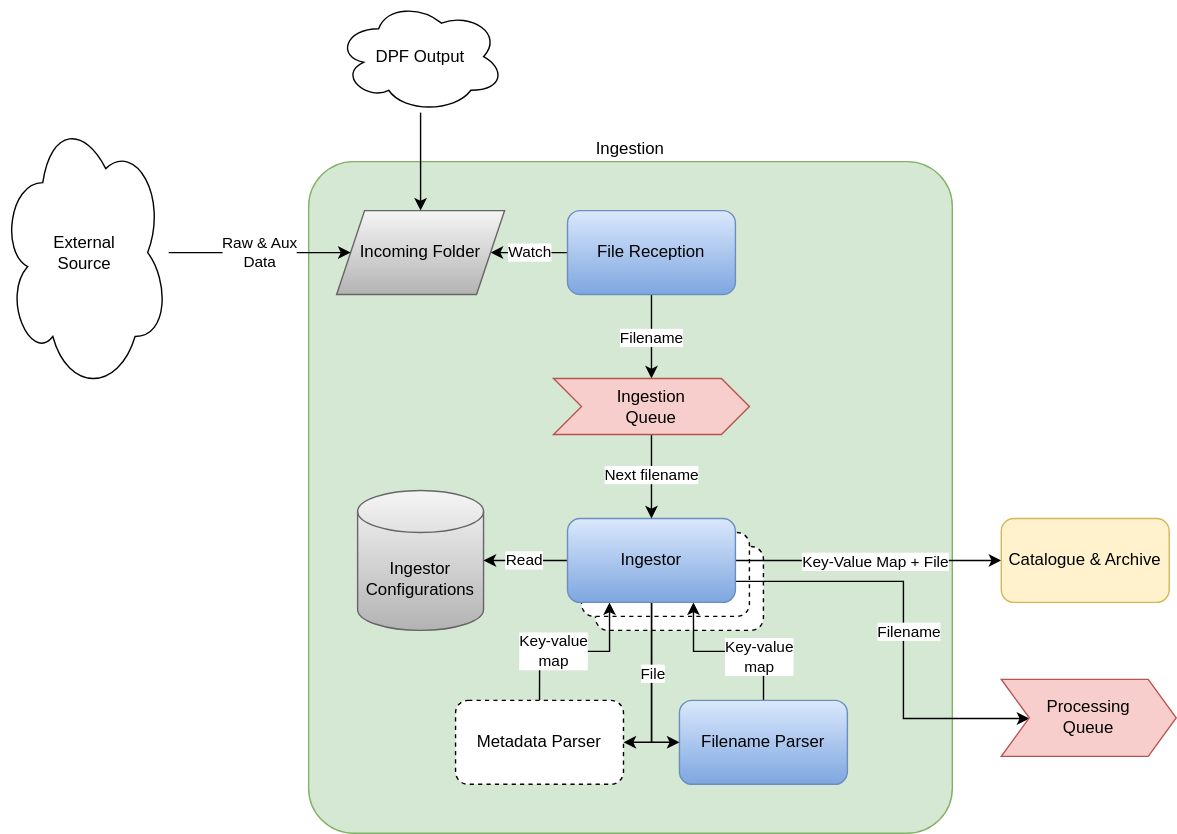
This is docs/level_1_ingestion.svg from ersandemircioglu/dpf, a draw.io export, as it was before one commit. Source tidied: cells renumbered, new cells last; positions are measured from the earlier drawing's top-left corner, leaving out a move shared by most shapes. Source of this version:
```xml
<mxGraphModel>
  <root>
    <mxCell id="0" />
    <mxCell id="1" parent="0" />
    <mxCell id="2" value="Ingestion" style="rounded=1;whiteSpace=wrap;html=1;fillColor=#d5e8d4;strokeColor=#82b366;arcSize=7;labelPosition=center;verticalLabelPosition=top;align=center;verticalAlign=bottom;" parent="1" vertex="1">
      <mxGeometry x="220" y="115" width="460" height="480" as="geometry" />
    </mxCell>
    <mxCell id="3" value="Ingestor" style="rounded=1;whiteSpace=wrap;html=1;dashed=1;" parent="1" vertex="1">
      <mxGeometry x="425" y="390" width="120" height="60" as="geometry" />
    </mxCell>
    <mxCell id="4" value="Ingestor" style="rounded=1;whiteSpace=wrap;html=1;dashed=1;" parent="1" vertex="1">
      <mxGeometry x="415" y="380" width="120" height="60" as="geometry" />
    </mxCell>
    <mxCell id="5" value="Watch" style="edgeStyle=orthogonalEdgeStyle;rounded=0;jettySize=auto;html=1;" parent="1" edge="1" source="7" target="23">
      <mxGeometry relative="1" as="geometry" />
    </mxCell>
    <mxCell id="6" value="Filename" style="edgeStyle=orthogonalEdgeStyle;rounded=0;jettySize=auto;html=1;" parent="1" edge="1" source="7" target="25">
      <mxGeometry relative="1" as="geometry" />
    </mxCell>
    <mxCell id="7" value="File Reception" style="rounded=1;whiteSpace=wrap;html=1;fillColor=#dae8fc;strokeColor=#6c8ebf;gradientColor=#7ea6e0;" parent="1" vertex="1">
      <mxGeometry x="405" y="150" width="120" height="60" as="geometry" />
    </mxCell>
    <mxCell id="8" style="edgeStyle=orthogonalEdgeStyle;rounded=0;jettySize=auto;html=1;entryX=0.75;entryY=1;entryDx=0;entryDy=0;" parent="1" edge="1" source="10" target="22">
      <mxGeometry relative="1" as="geometry" />
    </mxCell>
    <mxCell id="9" value="Key-value&lt;br&gt;map" style="edgeLabel;html=1;align=center;verticalAlign=middle;" parent="8" vertex="1">
      <mxGeometry x="-0.35" y="3" relative="1" as="geometry" />
    </mxCell>
    <mxCell id="10" value="Filename Parser" style="rounded=1;whiteSpace=wrap;html=1;fillColor=#dae8fc;strokeColor=#6c8ebf;gradientColor=#7ea6e0;" parent="1" vertex="1">
      <mxGeometry x="485" y="500" width="120" height="60" as="geometry" />
    </mxCell>
    <mxCell id="11" value="Ingestor Configurations" style="shape=cylinder3;whiteSpace=wrap;html=1;boundedLbl=1;backgroundOutline=1;size=15;fillColor=#f5f5f5;strokeColor=#666666;gradientColor=#b3b3b3;" parent="1" vertex="1">
      <mxGeometry x="255" y="350" width="90" height="100" as="geometry" />
    </mxCell>
    <mxCell id="12" value="Key-value &lt;br&gt;map" style="edgeStyle=orthogonalEdgeStyle;rounded=0;jettySize=auto;html=1;exitX=0.5;exitY=0;exitDx=0;exitDy=0;entryX=0.25;entryY=1;entryDx=0;entryDy=0;" parent="1" edge="1" source="13" target="22">
      <mxGeometry x="-0.25" relative="1" as="geometry" />
    </mxCell>
    <mxCell id="13" value="Metadata Parser" style="rounded=1;whiteSpace=wrap;html=1;dashed=1;" parent="1" vertex="1">
      <mxGeometry x="325" y="500" width="120" height="60" as="geometry" />
    </mxCell>
    <mxCell id="14" value="Read" style="edgeStyle=orthogonalEdgeStyle;rounded=0;jettySize=auto;html=1;entryX=1;entryY=0.5;entryDx=0;entryDy=0;entryPerimeter=0;" parent="1" edge="1" source="22" target="11">
      <mxGeometry relative="1" as="geometry" />
    </mxCell>
    <mxCell id="15" style="edgeStyle=orthogonalEdgeStyle;rounded=0;jettySize=auto;html=1;entryX=1;entryY=0.5;entryDx=0;entryDy=0;" parent="1" edge="1" source="22" target="13">
      <mxGeometry relative="1" as="geometry" />
    </mxCell>
    <mxCell id="16" style="edgeStyle=orthogonalEdgeStyle;rounded=0;jettySize=auto;html=1;entryX=0;entryY=0.5;entryDx=0;entryDy=0;" parent="1" edge="1" source="22" target="10">
      <mxGeometry relative="1" as="geometry" />
    </mxCell>
    <mxCell id="17" value="File" style="edgeLabel;html=1;align=center;verticalAlign=middle;" parent="16" vertex="1">
      <mxGeometry x="0.12" y="-1" relative="1" as="geometry">
        <mxPoint x="1" y="-17" as="offset" />
      </mxGeometry>
    </mxCell>
    <mxCell id="18" style="edgeStyle=orthogonalEdgeStyle;rounded=0;jettySize=auto;html=1;entryX=0;entryY=0.5;entryDx=0;entryDy=0;" parent="1" edge="1" source="22" target="26">
      <mxGeometry relative="1" as="geometry" />
    </mxCell>
    <mxCell id="19" value="Key-Value Map + File" style="edgeLabel;html=1;align=center;verticalAlign=middle;" parent="18" vertex="1">
      <mxGeometry x="-0.24" relative="1" as="geometry">
        <mxPoint x="28" as="offset" />
      </mxGeometry>
    </mxCell>
    <mxCell id="20" style="edgeStyle=orthogonalEdgeStyle;rounded=0;jettySize=auto;html=1;exitX=1;exitY=0.75;exitDx=0;exitDy=0;entryX=0;entryY=0.5;entryDx=0;entryDy=0;" parent="1" edge="1" source="22" target="27">
      <mxGeometry relative="1" as="geometry">
        <Array as="points">
          <mxPoint x="645" y="415" />
          <mxPoint x="645" y="513" />
          <mxPoint x="735" y="513" />
        </Array>
      </mxGeometry>
    </mxCell>
    <mxCell id="21" value="Filename" style="edgeLabel;html=1;align=center;verticalAlign=middle;" parent="20" vertex="1">
      <mxGeometry y="3" relative="1" as="geometry" />
    </mxCell>
    <mxCell id="22" value="Ingestor" style="rounded=1;whiteSpace=wrap;html=1;fillColor=#dae8fc;strokeColor=#6c8ebf;gradientColor=#7ea6e0;" parent="1" vertex="1">
      <mxGeometry x="405" y="370" width="120" height="60" as="geometry" />
    </mxCell>
    <mxCell id="23" value="Incoming Folder" style="shape=parallelogram;perimeter=parallelogramPerimeter;whiteSpace=wrap;html=1;fixedSize=1;fillColor=#f5f5f5;strokeColor=#666666;gradientColor=#b3b3b3;" parent="1" vertex="1">
      <mxGeometry x="240" y="150" width="120" height="60" as="geometry" />
    </mxCell>
    <mxCell id="24" value="Next filename" style="edgeStyle=orthogonalEdgeStyle;rounded=0;jettySize=auto;html=1;" parent="1" edge="1" source="25" target="22">
      <mxGeometry relative="1" as="geometry" />
    </mxCell>
    <mxCell id="25" value="Ingestion &lt;br&gt;Queue" style="shape=step;perimeter=stepPerimeter;whiteSpace=wrap;html=1;fixedSize=1;fillColor=#f8cecc;strokeColor=#b85450;" parent="1" vertex="1">
      <mxGeometry x="395" y="270" width="140" height="40" as="geometry" />
    </mxCell>
    <mxCell id="26" value="Catalogue &amp;amp; Archive" style="rounded=1;whiteSpace=wrap;html=1;fillColor=#fff2cc;strokeColor=#d6b656;" parent="1" vertex="1">
      <mxGeometry x="715" y="370" width="120" height="60" as="geometry" />
    </mxCell>
    <mxCell id="27" value="Processing &lt;br&gt;Queue" style="shape=step;perimeter=stepPerimeter;whiteSpace=wrap;html=1;fixedSize=1;fillColor=#f8cecc;strokeColor=#b85450;" parent="1" vertex="1">
      <mxGeometry x="715" y="485" width="125" height="55" as="geometry" />
    </mxCell>
    <mxCell id="28" value="Raw &amp;amp; Aux &lt;br&gt;Data" style="edgeStyle=orthogonalEdgeStyle;rounded=0;jettySize=auto;html=1;" parent="1" edge="1" source="29" target="23">
      <mxGeometry relative="1" as="geometry" />
    </mxCell>
    <mxCell id="29" value="External &lt;br&gt;Source" style="ellipse;shape=cloud;whiteSpace=wrap;html=1;strokeWidth=1;fillColor=#FFFFFF;gradientColor=none;gradientDirection=west;" parent="1" vertex="1">
      <mxGeometry y="80" width="120" height="200" as="geometry" />
    </mxCell>
    <mxCell id="30" style="edgeStyle=orthogonalEdgeStyle;rounded=0;jettySize=auto;html=1;" parent="1" edge="1" source="31" target="23">
      <mxGeometry relative="1" as="geometry" />
    </mxCell>
    <mxCell id="31" value="DPF Output" style="ellipse;shape=cloud;whiteSpace=wrap;html=1;" parent="1" vertex="1">
      <mxGeometry x="240" width="120" height="80" as="geometry" />
    </mxCell>
  </root>
</mxGraphModel>
```
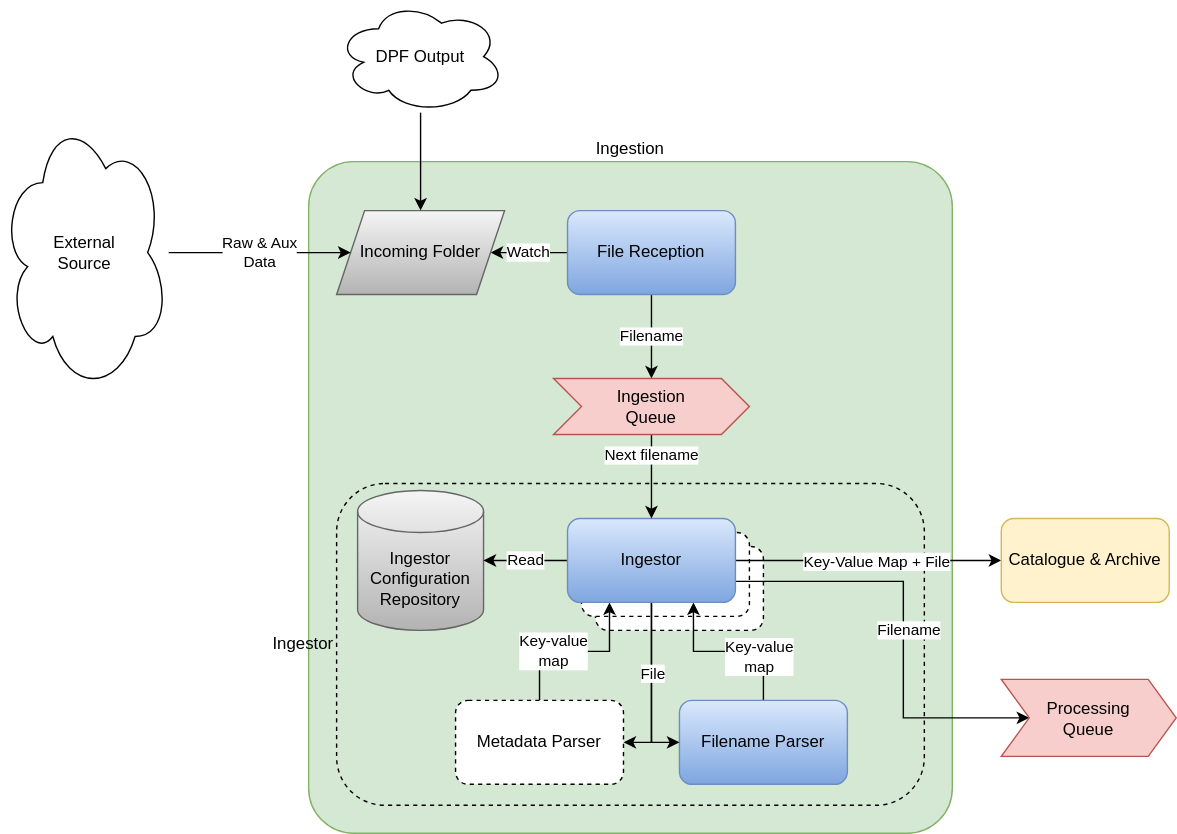
After the change.

Diff of the diagram source:
```diff
@@ -5,6 +5,9 @@
     <mxCell id="2" value="Ingestion" style="rounded=1;whiteSpace=wrap;html=1;fillColor=#d5e8d4;strokeColor=#82b366;arcSize=7;labelPosition=center;verticalLabelPosition=top;align=center;verticalAlign=bottom;" parent="1" vertex="1">
       <mxGeometry x="220" y="115" width="460" height="480" as="geometry" />
     </mxCell>
+    <mxCell id="32" value="Ingestor" style="rounded=1;whiteSpace=wrap;html=1;dashed=1;fillColor=none;labelPosition=left;verticalLabelPosition=middle;align=right;verticalAlign=middle;" parent="1" vertex="1">
+      <mxGeometry x="240" y="345" width="420" height="230" as="geometry" />
+    </mxCell>
     <mxCell id="3" value="Ingestor" style="rounded=1;whiteSpace=wrap;html=1;dashed=1;" parent="1" vertex="1">
       <mxGeometry x="425" y="390" width="120" height="60" as="geometry" />
     </mxCell>
@@ -29,7 +32,7 @@
     <mxCell id="10" value="Filename Parser" style="rounded=1;whiteSpace=wrap;html=1;fillColor=#dae8fc;strokeColor=#6c8ebf;gradientColor=#7ea6e0;" parent="1" vertex="1">
       <mxGeometry x="485" y="500" width="120" height="60" as="geometry" />
     </mxCell>
-    <mxCell id="11" value="Ingestor Configurations" style="shape=cylinder3;whiteSpace=wrap;html=1;boundedLbl=1;backgroundOutline=1;size=15;fillColor=#f5f5f5;strokeColor=#666666;gradientColor=#b3b3b3;" parent="1" vertex="1">
+    <mxCell id="11" value="Ingestor Configuration&lt;br&gt;Repository" style="shape=cylinder3;whiteSpace=wrap;html=1;boundedLbl=1;backgroundOutline=1;size=15;fillColor=#f5f5f5;strokeColor=#666666;gradientColor=#b3b3b3;" parent="1" vertex="1">
       <mxGeometry x="255" y="350" width="90" height="100" as="geometry" />
     </mxCell>
     <mxCell id="12" value="Key-value &lt;br&gt;map" style="edgeStyle=orthogonalEdgeStyle;rounded=0;jettySize=auto;html=1;exitX=0.5;exitY=0;exitDx=0;exitDy=0;entryX=0.25;entryY=1;entryDx=0;entryDy=0;" parent="1" edge="1" source="13" target="22">
@@ -79,7 +82,7 @@
       <mxGeometry x="240" y="150" width="120" height="60" as="geometry" />
     </mxCell>
     <mxCell id="24" value="Next filename" style="edgeStyle=orthogonalEdgeStyle;rounded=0;jettySize=auto;html=1;" parent="1" edge="1" source="25" target="22">
-      <mxGeometry relative="1" as="geometry" />
+      <mxGeometry x="-0.5" relative="1" as="geometry" />
     </mxCell>
     <mxCell id="25" value="Ingestion &lt;br&gt;Queue" style="shape=step;perimeter=stepPerimeter;whiteSpace=wrap;html=1;fixedSize=1;fillColor=#f8cecc;strokeColor=#b85450;" parent="1" vertex="1">
       <mxGeometry x="395" y="270" width="140" height="40" as="geometry" />
```
